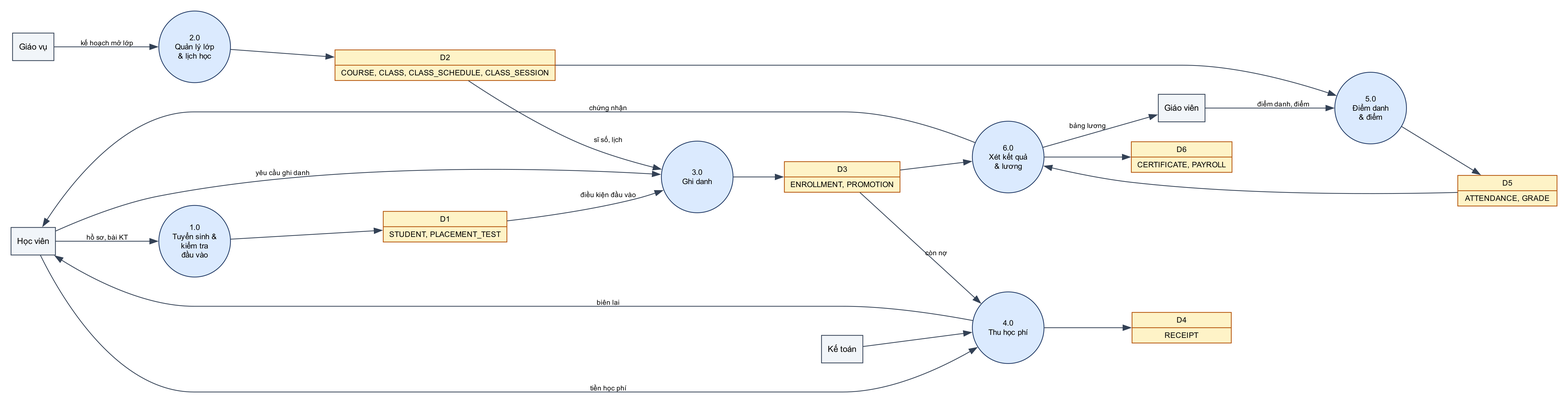
Earlier version of the Graphviz export docs/report/images/diagrams/dfd_level1.png (nhutruong-uit/imcp). Its source is kept beside it as docs/report/diagrams/dfd_level1.dot. Source of this version:
```dot
digraph DFD1 {
  graph [rankdir=LR, fontname="Arial", dpi=220, pad=0.2, nodesep=0.35, ranksep=0.9];
  node  [fontname="Arial", fontsize=11];
  edge  [fontname="Arial", fontsize=9, color="#334155"];
  node [shape=box, style=filled, fillcolor="#F1F5F9", color="#334155"];
  HV [label="Học viên"]; GV [label="Giáo viên"]; NV [label="Giáo vụ"]; KTO [label="Kế toán"];
  node [shape=circle, style=filled, fillcolor="#DBEAFE", color="#1F3864", width=1.3, fixedsize=true, fontsize=10];
  P1 [label="1.0\nTuyển sinh &\nkiểm tra\nđầu vào"]; P2 [label="2.0\nQuản lý lớp\n& lịch học"]; P3 [label="3.0\nGhi danh"];
  P4 [label="4.0\nThu học phí"]; P5 [label="5.0\nĐiểm danh\n& điểm"]; P6 [label="6.0\nXét kết quả\n& lương"];
  node [shape=record, style=filled, fillcolor="#FEF3C7", color="#B45309", fixedsize=false, width=1.8, fontsize=10];
  D1 [label="D1 | STUDENT, PLACEMENT_TEST"]; D2 [label="D2 | COURSE, CLASS, CLASS_SCHEDULE, CLASS_SESSION"]; D3 [label="D3 | ENROLLMENT, PROMOTION"];
  D4 [label="D4 | RECEIPT"]; D5 [label="D5 | ATTENDANCE, GRADE"]; D6 [label="D6 | CERTIFICATE, PAYROLL"];
  HV -> P1 [label="hồ sơ, bài KT"]; P1 -> D1; NV -> P2 [label="kế hoạch mở lớp"]; P2 -> D2;
  HV -> P3 [label="yêu cầu ghi danh"]; D1 -> P3 [label="điều kiện đầu vào"]; D2 -> P3 [label="sĩ số, lịch"]; P3 -> D3;
  HV -> P4 [label="tiền học phí"]; D3 -> P4 [label="còn nợ"]; P4 -> D4; P4 -> HV [label="biên lai"]; KTO -> P4;
  GV -> P5 [label="điểm danh, điểm"]; D2 -> P5; P5 -> D5;
  D5 -> P6; D3 -> P6; P6 -> D6; P6 -> HV [label="chứng nhận"]; P6 -> GV [label="bảng lương"];
}
```
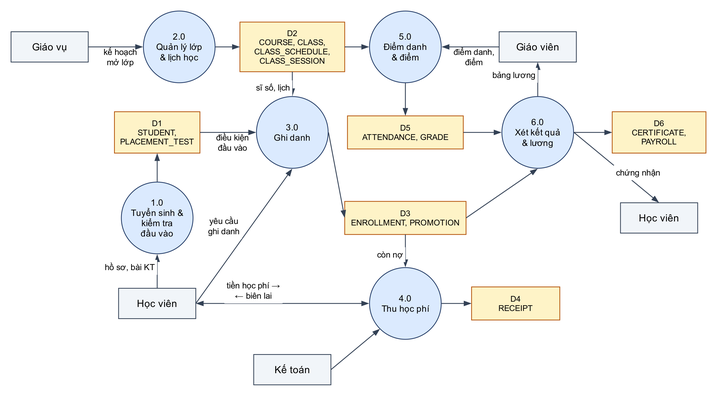
Above is the later version.

The edit, as a diff of the source:
```diff
@@ -1,18 +1,49 @@
 digraph DFD1 {
-  graph [rankdir=LR, fontname="Arial", dpi=220, pad=0.2, nodesep=0.35, ranksep=0.9];
-  node  [fontname="Arial", fontsize=11];
-  edge  [fontname="Arial", fontsize=9, color="#334155"];
-  node [shape=box, style=filled, fillcolor="#F1F5F9", color="#334155"];
-  HV [label="Học viên"]; GV [label="Giáo viên"]; NV [label="Giáo vụ"]; KTO [label="Kế toán"];
-  node [shape=circle, style=filled, fillcolor="#DBEAFE", color="#1F3864", width=1.3, fixedsize=true, fontsize=10];
-  P1 [label="1.0\nTuyển sinh &\nkiểm tra\nđầu vào"]; P2 [label="2.0\nQuản lý lớp\n& lịch học"]; P3 [label="3.0\nGhi danh"];
-  P4 [label="4.0\nThu học phí"]; P5 [label="5.0\nĐiểm danh\n& điểm"]; P6 [label="6.0\nXét kết quả\n& lương"];
-  node [shape=record, style=filled, fillcolor="#FEF3C7", color="#B45309", fixedsize=false, width=1.8, fontsize=10];
-  D1 [label="D1 | STUDENT, PLACEMENT_TEST"]; D2 [label="D2 | COURSE, CLASS, CLASS_SCHEDULE, CLASS_SESSION"]; D3 [label="D3 | ENROLLMENT, PROMOTION"];
-  D4 [label="D4 | RECEIPT"]; D5 [label="D5 | ATTENDANCE, GRADE"]; D6 [label="D6 | CERTIFICATE, PAYROLL"];
-  HV -> P1 [label="hồ sơ, bài KT"]; P1 -> D1; NV -> P2 [label="kế hoạch mở lớp"]; P2 -> D2;
-  HV -> P3 [label="yêu cầu ghi danh"]; D1 -> P3 [label="điều kiện đầu vào"]; D2 -> P3 [label="sĩ số, lịch"]; P3 -> D3;
-  HV -> P4 [label="tiền học phí"]; D3 -> P4 [label="còn nợ"]; P4 -> D4; P4 -> HV [label="biên lai"]; KTO -> P4;
-  GV -> P5 [label="điểm danh, điểm"]; D2 -> P5; P5 -> D5;
-  D5 -> P6; D3 -> P6; P6 -> D6; P6 -> HV [label="chứng nhận"]; P6 -> GV [label="bảng lương"];
+  layout=neato; overlap=true; splines=line; dpi=220; pad=0.2; forcelabels=true;
+  node [fontname="Arial", fontsize=11];
+  edge [fontname="Arial", fontsize=11, color="#334155", penwidth=1.1, arrowsize=0.8];
+
+  node [shape=box, style=filled, fillcolor="#F1F5F9", color="#334155", fixedsize=true, width=1.4, height=0.55, fontsize=13];
+  NV  [label="Giáo vụ",   pos="0.55,6.2!"];
+  GV  [label="Giáo viên", pos="9.4,6.2!"];
+  HV  [label="Học viên",  pos="2.5,1.55!"];
+  KTO [label="Kế toán",   pos="4.95,0.35!"];
+  HV2 [label="Học viên",  pos="11.6,3.1!"];
+
+  node [shape=circle, style=filled, fillcolor="#DBEAFE", color="#1F3864", width=1.3, fixedsize=true, fontsize=11.5];
+  P1 [label="1.0\nTuyển sinh &\nkiểm tra\nđầu vào", pos="2.5,3.1!"];
+  P2 [label="2.0\nQuản lý lớp\n& lịch học",       pos="2.9,6.2!"];
+  P3 [label="3.0\nGhi danh",                      pos="4.95,4.65!"];
+  P4 [label="4.0\nThu học phí",                   pos="7.0,1.55!"];
+  P5 [label="5.0\nĐiểm danh\n& điểm",             pos="7.0,6.2!"];
+  P6 [label="6.0\nXét kết quả\n& lương",          pos="9.4,4.65!"];
+
+  node [shape=box, style=filled, fillcolor="#FEF3C7", color="#B45309", fixedsize=true, width=1.8, height=0.6, fontsize=10.5];
+  D1 [label="D1\nSTUDENT,\nPLACEMENT_TEST",                  pos="2.5,4.65!", width=1.55, height=0.75];
+  D2 [label="D2\nCOURSE, CLASS,\nCLASS_SCHEDULE,\nCLASS_SESSION", pos="4.95,6.2!", width=1.9, height=0.9];
+  D3 [label="D3\nENROLLMENT, PROMOTION",                    pos="7.0,3.1!", width=2.2];
+  D4 [label="D4\nRECEIPT",                                  pos="9.0,1.55!", width=1.6];
+  D5 [label="D5\nATTENDANCE, GRADE",                        pos="7.0,4.65!", width=2.1];
+  D6 [label="D6\nCERTIFICATE,\nPAYROLL",                    pos="11.6,4.65!", width=1.7, height=0.75];
+
+  HV:n  -> P1:s  [label=<<TABLE BORDER="0" CELLPADDING="1" BGCOLOR="white"><TR><TD>hồ sơ, bài KT</TD></TR></TABLE>>];
+  P1:n  -> D1:s;
+  NV:e  -> P2:w  [xlabel="kế hoạch\nmở lớp"];
+  P2:e  -> D2:w;
+  HV:e  -> P3:s  [label=<<TABLE BORDER="0" CELLPADDING="1" BGCOLOR="white"><TR><TD>yêu cầu<BR/>ghi danh</TD></TR></TABLE>>];
+  D1:e  -> P3:w  [xlabel="điều kiện\nđầu vào"];
+  D2:s  -> P3:n  [label=<<TABLE BORDER="0" CELLPADDING="1" BGCOLOR="white"><TR><TD>sĩ số, lịch</TD></TR></TABLE>>];
+  P3:e  -> D3:w;
+  D3:s  -> P4:n  [label=<<TABLE BORDER="0" CELLPADDING="1" BGCOLOR="white"><TR><TD>còn nợ</TD></TR></TABLE>>];
+  P4:e  -> D4:w;
+  KTO:e -> P4:sw;
+  HV:e  -> P4:w  [dir=both, label=<<TABLE BORDER="0" CELLPADDING="1" BGCOLOR="white"><TR><TD>tiền học phí →<BR/>← biên lai</TD></TR></TABLE>>];
+  GV:w  -> P5:e  [xlabel="điểm danh,\nđiểm"];
+  D2:e  -> P5:w;
+  P5:s  -> D5:n;
+  D5:e  -> P6:w;
+  D3:e  -> P6:s;
+  P6:e  -> D6:w;
+  P6:n  -> GV:s  [label=<<TABLE BORDER="0" CELLPADDING="1" BGCOLOR="white"><TR><TD>bảng lương</TD></TR></TABLE>>];
+  P6:e  -> HV2:n [label=<<TABLE BORDER="0" CELLPADDING="1" BGCOLOR="white"><TR><TD>chứng nhận</TD></TR></TABLE>>];
 }
```
